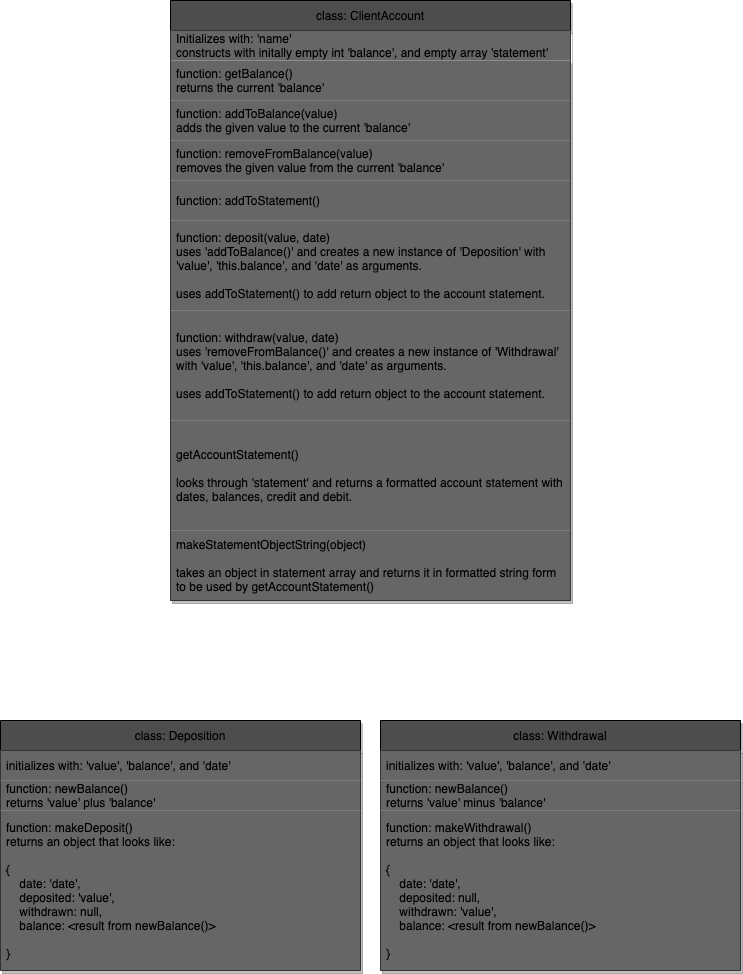
Before: docs/bank.png, a diagram exported from draw.io (williamlines/bank-tech-test). Source tidied: cells renumbered, new cells last; positions are measured from the earlier drawing's top-left corner, leaving out a move shared by most shapes.
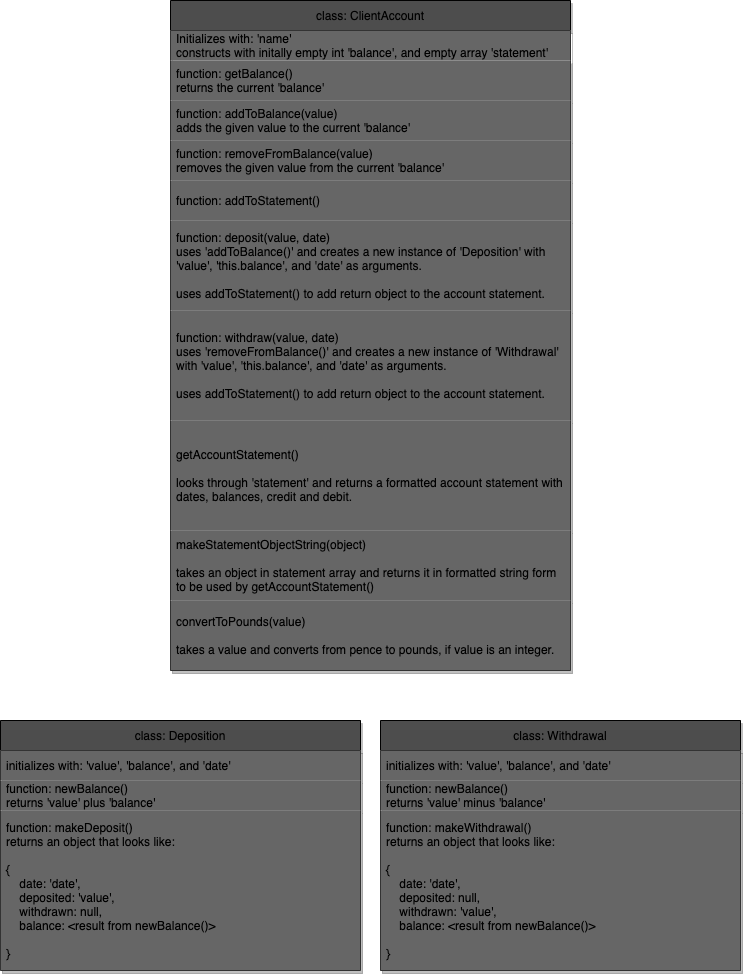
After the commit.

Diff of the diagram source:
```diff
@@ -3,7 +3,7 @@
     <mxCell id="0" />
     <mxCell id="1" parent="0" />
     <mxCell id="2" value="class: ClientAccount" style="swimlane;fontStyle=0;horizontal=1;startSize=30;strokeColor=#000000;shadow=1;fillColor=#4D4D4D;" parent="1" vertex="1">
-      <mxGeometry x="170" width="400" height="600" as="geometry" />
+      <mxGeometry x="170" width="400" height="670" as="geometry" />
     </mxCell>
     <mxCell id="3" value="Initializes with: 'name'&#10;constructs with initally empty int 'balance', and empty array 'statement'" style="text;strokeColor=none;fillColor=#666666;align=left;verticalAlign=middle;spacingLeft=4;spacingRight=4;overflow=hidden;" parent="2" vertex="1">
       <mxGeometry y="30" width="400" height="30" as="geometry" />
@@ -32,6 +32,9 @@
     <mxCell id="11" value="makeStatementObjectString(object)&#10;&#10;takes an object in statement array and returns it in formatted string form&#10;to be used by getAccountStatement()" style="text;strokeColor=none;fillColor=#666666;align=left;verticalAlign=middle;spacingLeft=4;spacingRight=4;overflow=hidden;shadow=1;" parent="2" vertex="1">
       <mxGeometry y="530" width="400" height="70" as="geometry" />
     </mxCell>
+    <mxCell id="20" value="convertToPounds(value)&#10;&#10;takes a value and converts from pence to pounds, if value is an integer." style="text;strokeColor=none;fillColor=#666666;align=left;verticalAlign=middle;spacingLeft=4;spacingRight=4;overflow=hidden;shadow=1;" parent="2" vertex="1">
+      <mxGeometry y="600" width="400" height="70" as="geometry" />
+    </mxCell>
     <mxCell id="12" value="class: Deposition" style="swimlane;fontStyle=0;horizontal=1;startSize=30;shadow=1;strokeColor=#000000;fillColor=#4D4D4D;" parent="1" vertex="1">
       <mxGeometry y="720" width="360" height="250" as="geometry" />
     </mxCell>
```
